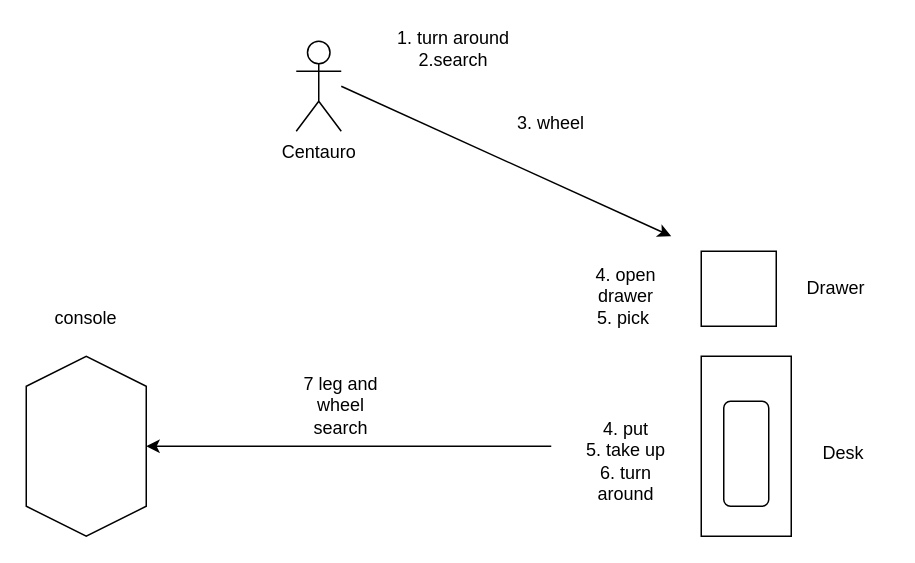
Earlier version of the draw.io diagram document/long_task.drawio (muzi2018/centauro_long_task). Source tidied: cells renumbered, new cells numbered last; positions are measured from the earlier drawing's top-left corner, leaving out a move shared by most shapes. Both pictures are drawn from the tidied source at 150%, with x=0, y=0 at pixel (-4, 26).
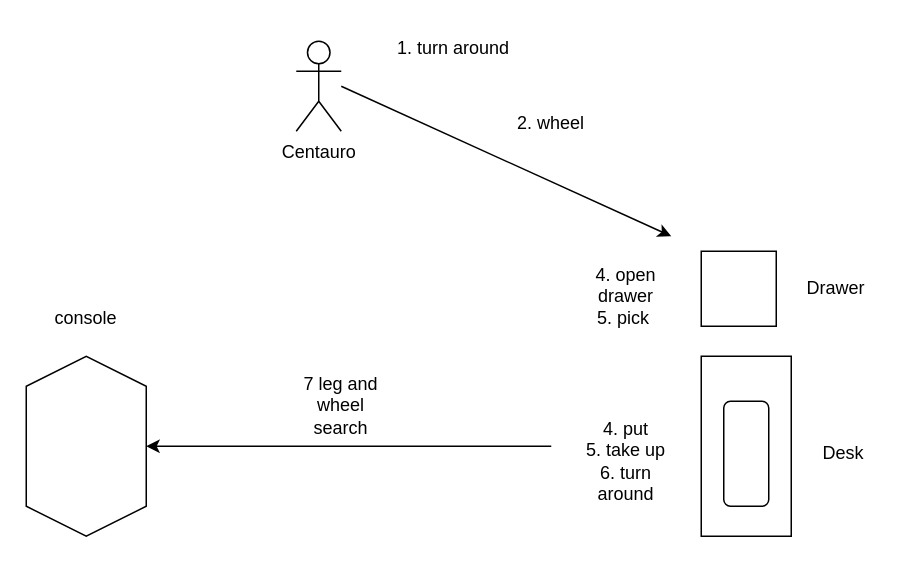
The same diagram, later.

What changed in the source:
```diff
@@
-    <mxCell id="11" value="3. wheel" style="text;html=1;strokeColor=none;fillColor=none;align=center;verticalAlign=middle;whiteSpace=wrap;rounded=0;" parent="1" vertex="1">
+    <mxCell id="11" value="2. wheel" style="text;html=1;strokeColor=none;fillColor=none;align=center;verticalAlign=middle;whiteSpace=wrap;rounded=0;" parent="1" vertex="1">
       <mxGeometry x="340" y="50" width="60" height="30" as="geometry" />
     </mxCell>
@@
-    <mxCell id="19" value="1. turn around 2.search" style="text;html=1;strokeColor=none;fillColor=none;align=center;verticalAlign=middle;whiteSpace=wrap;rounded=0;" parent="1" vertex="1">
+    <mxCell id="19" value="1. turn around" style="text;html=1;strokeColor=none;fillColor=none;align=center;verticalAlign=middle;whiteSpace=wrap;rounded=0;" parent="1" vertex="1">
       <mxGeometry x="250" width="110" height="30" as="geometry" />
     </mxCell>
```
